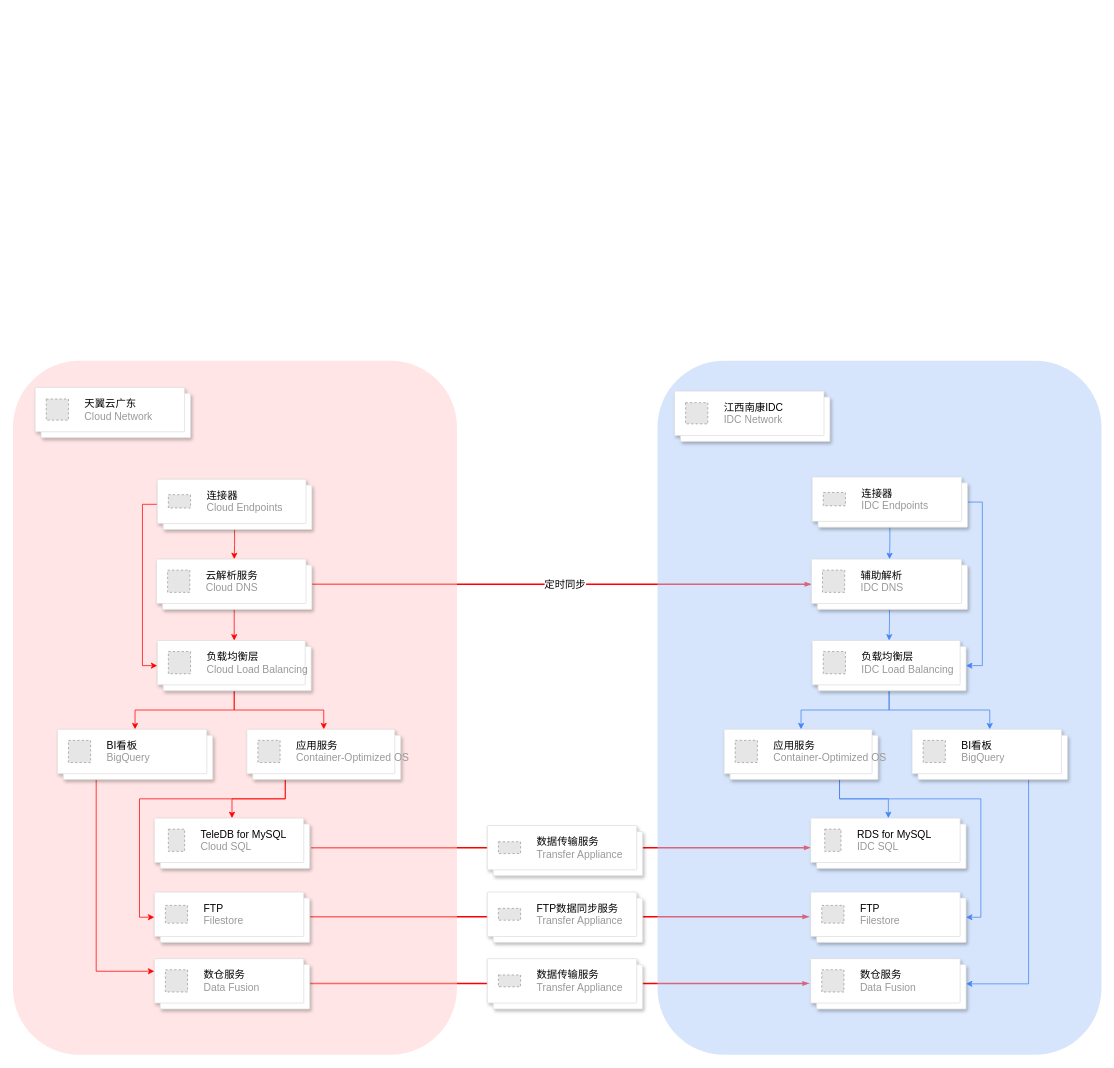
Above: page "第 1 页" (1 of 2) of 洋臣架构.drawio in MyselfblueKAMI/drawpub (draw.io), before the change. Source tidied: cells renumbered, new cells numbered last; positions are measured from the earlier drawing's top-left corner, leaving out a move shared by most shapes. Both pictures are drawn from the tidied source at 74%, with x=0, y=0 at pixel (13, 360). Pictures stored in the file or linked from it are replaced by grey dashed boxes.
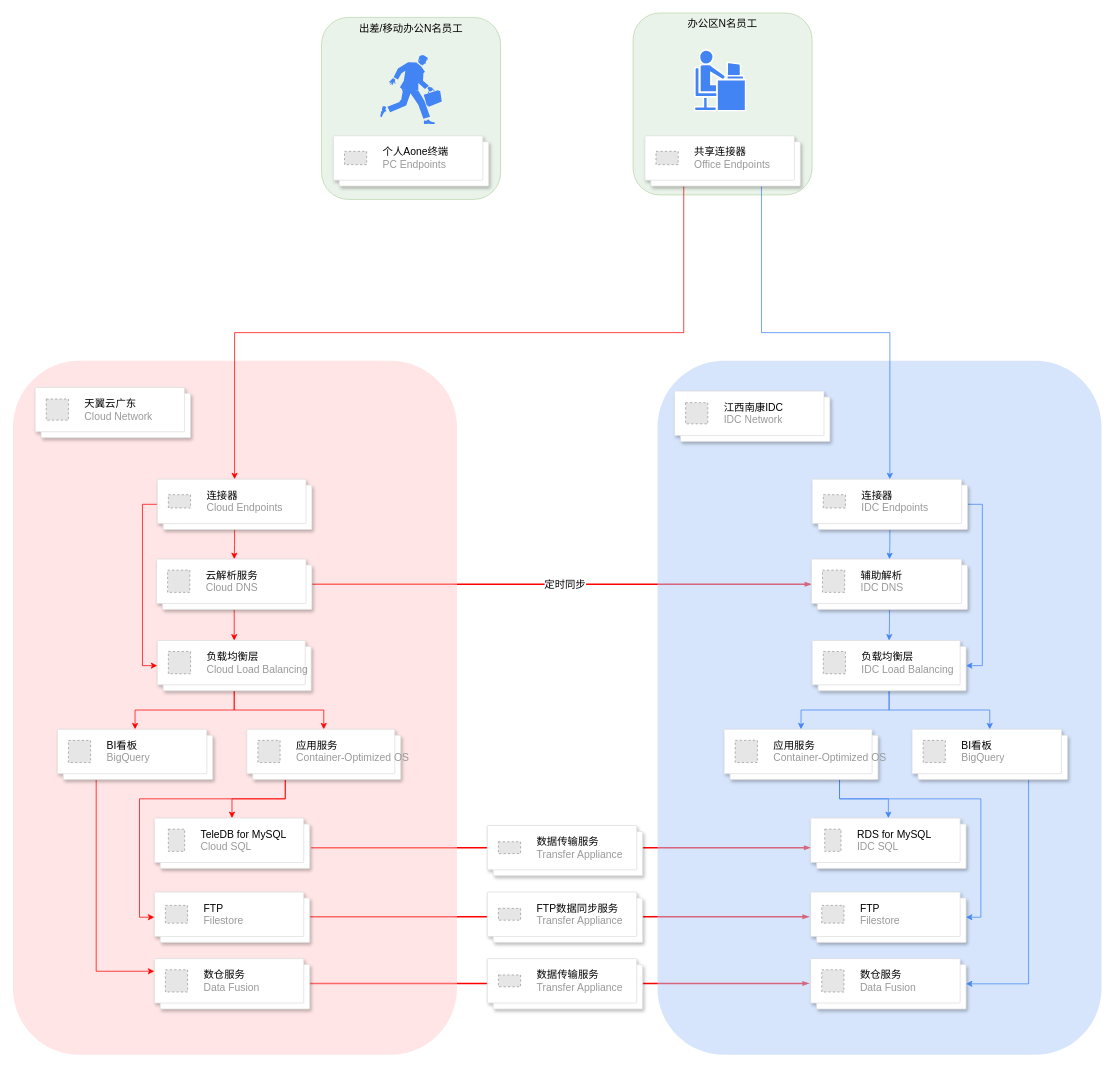
The same diagram, later.

Commit message (it also covers changes not shown here):
更新洋臣架构.drawio

Unchanged cells that the change refers to:
```xml
<mxCell id="61" style="shape=mxgraph.gcp2.doubleRect;fillColor=#ffffff;strokeColor=#dddddd;shadow=1;strokeWidth=1;rounded=1;absoluteArcSize=1;arcSize=2;" parent="1" vertex="1">
  <mxGeometry x="195" y="160" width="209" height="68" as="geometry" />
</mxCell>
```

The edit, as a diff of the source:
```diff
@@
+    <mxCell id="67" value="出差/移动办公N名员工" style="rounded=1;whiteSpace=wrap;html=1;fillColor=#d5e8d4;strokeColor=#82b366;opacity=50;fontSize=14;verticalAlign=top;" parent="1" vertex="1">
+      <mxGeometry x="417" y="-464" width="242" height="246" as="geometry" />
+    </mxCell>
@@
     <mxCell id="65" style="shape=mxgraph.gcp2.doubleRect;fillColor=#ffffff;strokeColor=#dddddd;shadow=1;strokeWidth=1;rounded=1;absoluteArcSize=1;arcSize=2;" parent="1" vertex="1">
-      <mxGeometry x="1080" y="157" width="210" height="68" as="geometry" />
+      <mxGeometry x="1080" y="160" width="210" height="68" as="geometry" />
     </mxCell>
@@
+    <mxCell id="68" value="办公区N名员工" style="rounded=1;whiteSpace=wrap;html=1;fillColor=#d5e8d4;strokeColor=#82b366;opacity=50;fontSize=14;verticalAlign=top;" parent="1" vertex="1">
+      <mxGeometry x="838" y="-470" width="242" height="246" as="geometry" />
+    </mxCell>
+    <mxCell id="69" style="edgeStyle=orthogonalEdgeStyle;rounded=0;jettySize=auto;html=1;exitX=0.25;exitY=1;exitDx=0;exitDy=0;entryX=0.5;entryY=0;entryDx=0;entryDy=0;strokeColor=#FF0000;" parent="1" edge="1" source="71" target="61">
+      <mxGeometry relative="1" as="geometry" />
+    </mxCell>
+    <mxCell id="70" style="edgeStyle=orthogonalEdgeStyle;rounded=0;jettySize=auto;html=1;exitX=0.75;exitY=1;exitDx=0;exitDy=0;entryX=0.5;entryY=0;entryDx=0;entryDy=0;strokeColor=#4284F3;" parent="1" edge="1" source="71" target="65">
+      <mxGeometry relative="1" as="geometry" />
+    </mxCell>
+    <mxCell id="71" style="shape=mxgraph.gcp2.doubleRect;fillColor=#ffffff;strokeColor=#dddddd;shadow=1;strokeWidth=1;rounded=1;absoluteArcSize=1;arcSize=2;" parent="1" vertex="1">
+      <mxGeometry x="854" y="-304" width="210" height="68" as="geometry" />
+    </mxCell>
+    <mxCell id="72" value="&lt;font style=&quot;font-size: 14px;&quot;&gt;&lt;font color=&quot;#000000&quot;&gt;共享连接器&lt;/font&gt;&lt;br&gt;Office Endpoints&lt;/font&gt;" style="fillColor=#E6E6E6;strokeColor=#999999;dashed=1;html=1;fontColor=#999999;verticalLabelPosition=middle;verticalAlign=middle;labelPosition=right;align=left;spacingLeft=20;" parent="71" vertex="1">
+      <mxGeometry width="30" height="18" relative="1" as="geometry">
+        <mxPoint x="15" y="21" as="offset" />
+      </mxGeometry>
+    </mxCell>
+    <mxCell id="73" style="shape=mxgraph.cisco.people.androgenous_person;html=1;dashed=0;fillColor=#4284F3;strokeColor=#ffffff;strokeWidth=2;verticalLabelPosition=bottom;verticalAlign=top;align=center;" parent="1" vertex="1">
+      <mxGeometry x="921" y="-420" width="69" height="82" as="geometry" />
+    </mxCell>
+    <mxCell id="74" style="shape=mxgraph.cisco.people.running_man;html=1;dashed=0;fillColor=#4284F3;strokeColor=#ffffff;strokeWidth=2;verticalLabelPosition=bottom;verticalAlign=top;align=center;" parent="1" vertex="1">
+      <mxGeometry x="496.5" y="-413" width="83" height="93" as="geometry" />
+    </mxCell>
+    <mxCell id="75" style="shape=mxgraph.gcp2.doubleRect;fillColor=#ffffff;strokeColor=#dddddd;shadow=1;strokeWidth=1;rounded=1;absoluteArcSize=1;arcSize=2;" parent="1" vertex="1">
+      <mxGeometry x="433" y="-304" width="210" height="68" as="geometry" />
+    </mxCell>
+    <mxCell id="76" value="&lt;font style=&quot;font-size: 14px;&quot;&gt;&lt;font color=&quot;#000000&quot;&gt;个人Aone终端&lt;/font&gt;&lt;br&gt;PC Endpoints&lt;/font&gt;" style="fillColor=#E6E6E6;strokeColor=#999999;dashed=1;html=1;fontColor=#999999;verticalLabelPosition=middle;verticalAlign=middle;labelPosition=right;align=left;spacingLeft=20;" parent="75" vertex="1">
+      <mxGeometry width="30" height="18" relative="1" as="geometry">
+        <mxPoint x="15" y="21" as="offset" />
+      </mxGeometry>
+    </mxCell>
```
